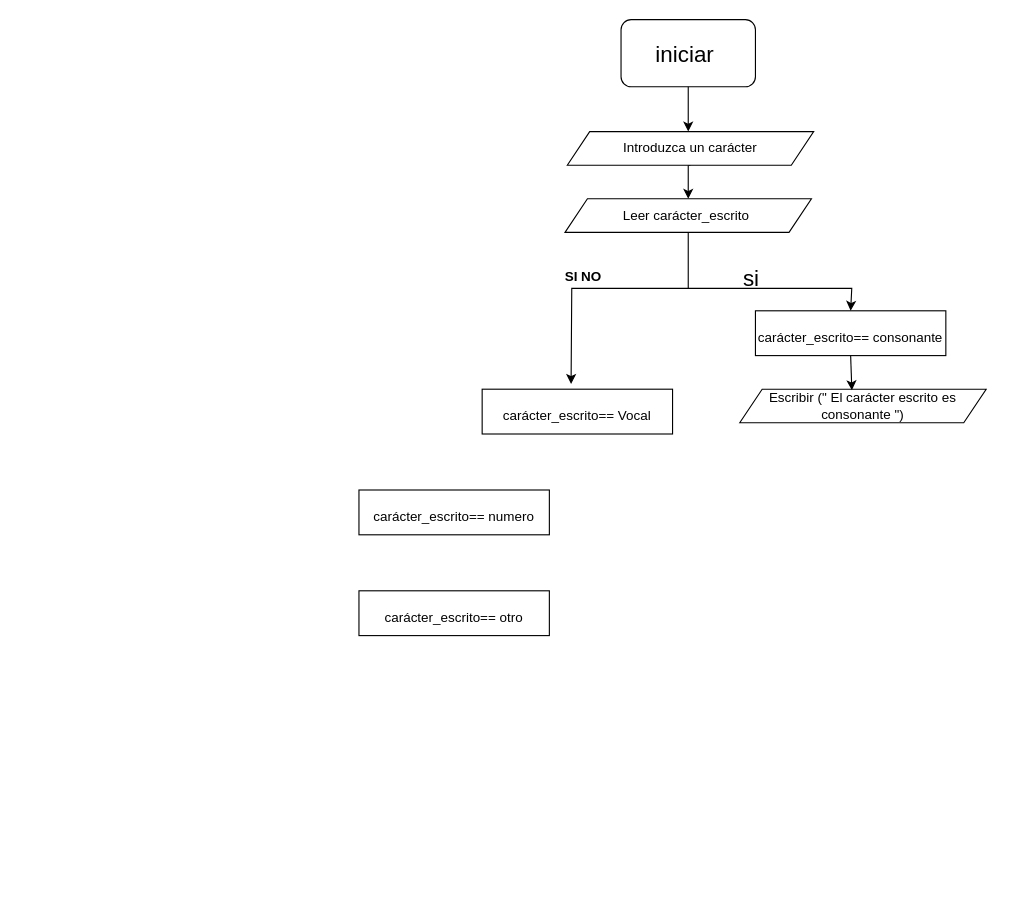
Earlier version of the draw.io diagram Diagrama sin título.drawio (rreynarive/Templates). Source tidied: cells renumbered, new cells numbered last; positions are measured from the earlier drawing's top-left corner, leaving out a move shared by most shapes. Both pictures are drawn from the tidied source at 112%, with x=0, y=0 at pixel (358, 19).
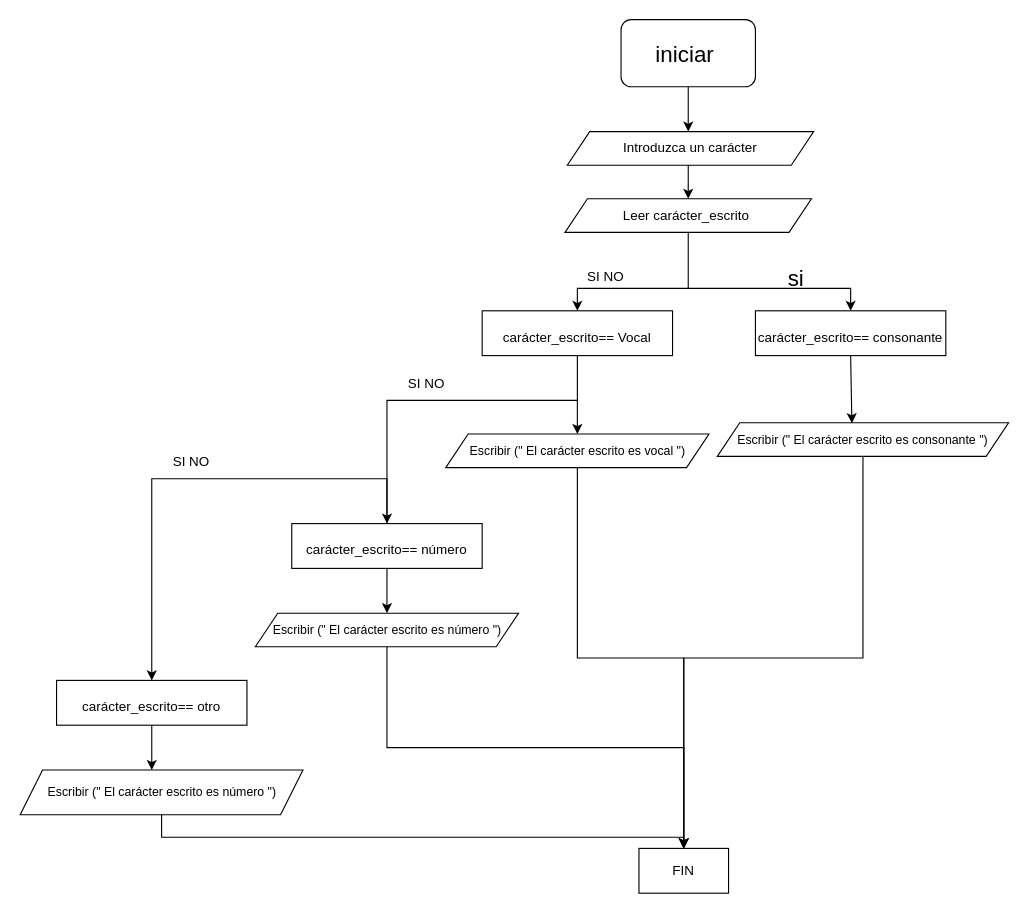
After the change.

The change refers to these unchanged cells:
```xml
<mxCell id="7" value="&lt;font style=&quot;font-size: 12px;&quot;&gt;carácter_escrito== consonante&lt;/font&gt;" style="rounded=0;whiteSpace=wrap;html=1;fontSize=20;" parent="1" vertex="1">
  <mxGeometry x="354" y="260" width="170" height="40" as="geometry" />
</mxCell>
<mxCell id="9" value="Leer carácter_escrito&amp;nbsp;" style="shape=parallelogram;perimeter=parallelogramPerimeter;whiteSpace=wrap;html=1;fixedSize=1;" parent="1" vertex="1">
  <mxGeometry x="184" y="160" width="220" height="30" as="geometry" />
</mxCell>
```

The edit, as a diff of the source:
```diff
@@
     <mxCell id="8" style="endArrow=classic;html=1;rounded=0;fontSize=20;entryX=0.5;entryY=0;entryDx=0;entryDy=0;exitX=0.5;exitY=1;exitDx=0;exitDy=0;" parent="1" edge="1" source="9" target="7">
       <mxGeometry relative="1" as="geometry">
         <Array as="points">
           <mxPoint x="294" y="240" />
-          <mxPoint x="440" y="240" />
+          <mxPoint x="439" y="240" />
         </Array>
       </mxGeometry>
     </mxCell>
@@
     <mxCell id="10" value="&lt;font style=&quot;font-size: 20px;&quot;&gt;si&lt;/font&gt;" style="text;html=1;align=center;verticalAlign=middle;strokeColor=none;fillColor=none;" parent="1" vertex="1">
-      <mxGeometry x="330" y="210" width="40" height="40" as="geometry" />
+      <mxGeometry x="370" y="210" width="40" height="40" as="geometry" />
     </mxCell>
+    <mxCell id="18" style="edgeStyle=orthogonalEdgeStyle;rounded=0;jettySize=auto;html=1;exitX=0.5;exitY=1;exitDx=0;exitDy=0;entryX=0.5;entryY=0;entryDx=0;entryDy=0;" parent="1" edge="1" source="11" target="32">
+      <mxGeometry relative="1" as="geometry">
+        <Array as="points">
+          <mxPoint x="450" y="570" />
+          <mxPoint x="290" y="570" />
+        </Array>
+      </mxGeometry>
+    </mxCell>
-    <mxCell id="11" value="Escribir (&quot; El carácter escrito es consonante &quot;)" style="shape=parallelogram;perimeter=parallelogramPerimeter;whiteSpace=wrap;html=1;fixedSize=1;" parent="1" vertex="1">
-      <mxGeometry x="340" y="330" width="220" height="30" as="geometry" />
+    <mxCell id="11" value="&lt;font style=&quot;font-size: 11px;&quot;&gt;Escribir (&quot; El carácter escrito es consonante &quot;)&lt;/font&gt;" style="shape=parallelogram;perimeter=parallelogramPerimeter;whiteSpace=wrap;html=1;fixedSize=1;" parent="1" vertex="1">
+      <mxGeometry x="320" y="360" width="260" height="30" as="geometry" />
     </mxCell>
-    <mxCell id="12" style="endArrow=classic;html=1;rounded=0;fontSize=12;exitX=0.5;exitY=1;exitDx=0;exitDy=0;entryX=0.455;entryY=0.033;entryDx=0;entryDy=0;entryPerimeter=0;" parent="1" edge="1" source="7" target="11">
+    <mxCell id="12" style="endArrow=classic;html=1;rounded=0;fontSize=12;exitX=0.5;exitY=1;exitDx=0;exitDy=0;entryX=0.462;entryY=0.011;entryDx=0;entryDy=0;entryPerimeter=0;" parent="1" edge="1" source="7" target="11">
       <mxGeometry relative="1" as="geometry" />
     </mxCell>
-    <mxCell id="13" style="endArrow=classic;html=1;rounded=0;entryX=0.467;entryY=-0.116;entryDx=0;entryDy=0;entryPerimeter=0;" parent="1" edge="1" target="14">
+    <mxCell id="13" style="endArrow=classic;html=1;rounded=0;entryX=0.5;entryY=0;entryDx=0;entryDy=0;" parent="1" edge="1" target="14">
       <mxGeometry relative="1" as="geometry">
         <mxPoint x="294" y="240" as="sourcePoint" />
         <Array as="points">
-          <mxPoint x="190" y="240" />
+          <mxPoint x="195" y="240" />
         </Array>
       </mxGeometry>
     </mxCell>
     <mxCell id="14" value="&lt;font style=&quot;font-size: 12px;&quot;&gt;carácter_escrito== Vocal&lt;/font&gt;" style="rounded=0;whiteSpace=wrap;html=1;fontSize=20;" parent="1" vertex="1">
-      <mxGeometry x="110" y="330" width="170" height="40" as="geometry" />
+      <mxGeometry x="110" y="260" width="170" height="40" as="geometry" />
     </mxCell>
-    <mxCell id="15" value="&lt;b&gt;SI NO&lt;/b&gt;" style="text;html=1;align=center;verticalAlign=middle;strokeColor=none;fillColor=none;" parent="1" vertex="1">
-      <mxGeometry x="170" y="215" width="60" height="30" as="geometry" />
+    <mxCell id="15" value="SI NO" style="text;html=1;align=center;verticalAlign=middle;strokeColor=none;fillColor=none;" parent="1" vertex="1">
+      <mxGeometry x="190" y="215" width="60" height="30" as="geometry" />
     </mxCell>
+    <mxCell id="19" style="edgeStyle=orthogonalEdgeStyle;rounded=0;jettySize=auto;html=1;exitX=0.5;exitY=1;exitDx=0;exitDy=0;entryX=0.5;entryY=0;entryDx=0;entryDy=0;" parent="1" edge="1" source="16" target="26">
+      <mxGeometry relative="1" as="geometry" />
+    </mxCell>
-    <mxCell id="16" value="&lt;font style=&quot;font-size: 12px;&quot;&gt;carácter_escrito== numero&lt;/font&gt;" style="rounded=0;whiteSpace=wrap;html=1;fontSize=20;" parent="1" vertex="1">
-      <mxGeometry y="420" width="170" height="40" as="geometry" />
+    <mxCell id="16" value="&lt;font style=&quot;font-size: 12px;&quot;&gt;carácter_escrito== número&lt;/font&gt;" style="rounded=0;whiteSpace=wrap;html=1;fontSize=20;" parent="1" vertex="1">
+      <mxGeometry x="-60" y="450" width="170" height="40" as="geometry" />
     </mxCell>
+    <mxCell id="20" style="edgeStyle=orthogonalEdgeStyle;rounded=0;jettySize=auto;html=1;exitX=0.5;exitY=1;exitDx=0;exitDy=0;" parent="1" edge="1" source="17">
+      <mxGeometry relative="1" as="geometry">
+        <mxPoint x="-185" y="670" as="targetPoint" />
+      </mxGeometry>
+    </mxCell>
     <mxCell id="17" value="&lt;font style=&quot;font-size: 12px;&quot;&gt;carácter_escrito== otro&lt;/font&gt;" style="rounded=0;whiteSpace=wrap;html=1;fontSize=20;" parent="1" vertex="1">
-      <mxGeometry y="510" width="170" height="40" as="geometry" />
+      <mxGeometry x="-270" y="590" width="170" height="40" as="geometry" />
     </mxCell>
+    <mxCell id="21" style="edgeStyle=orthogonalEdgeStyle;rounded=0;jettySize=auto;html=1;exitX=0.5;exitY=1;exitDx=0;exitDy=0;entryX=0.5;entryY=0;entryDx=0;entryDy=0;" parent="1" edge="1" source="22" target="32">
+      <mxGeometry relative="1" as="geometry" />
+    </mxCell>
+    <mxCell id="22" value="&lt;font style=&quot;font-size: 11px;&quot;&gt;Escribir (&quot; El carácter escrito es vocal &quot;)&lt;/font&gt;" style="shape=parallelogram;perimeter=parallelogramPerimeter;whiteSpace=wrap;html=1;fixedSize=1;" parent="1" vertex="1">
+      <mxGeometry x="77.5" y="370" width="235" height="30" as="geometry" />
+    </mxCell>
+    <mxCell id="23" style="endArrow=classic;html=1;rounded=0;exitX=0.5;exitY=1;exitDx=0;exitDy=0;entryX=0.5;entryY=0;entryDx=0;entryDy=0;" parent="1" edge="1" source="14" target="16">
+      <mxGeometry relative="1" as="geometry">
+        <Array as="points">
+          <mxPoint x="195" y="340" />
+          <mxPoint x="25" y="340" />
+        </Array>
+      </mxGeometry>
+    </mxCell>
+    <mxCell id="24" style="endArrow=classic;html=1;rounded=0;entryX=0.5;entryY=0;entryDx=0;entryDy=0;" parent="1" edge="1" target="22">
+      <mxGeometry relative="1" as="geometry">
+        <mxPoint x="195" y="340" as="sourcePoint" />
+      </mxGeometry>
+    </mxCell>
+    <mxCell id="25" style="edgeStyle=orthogonalEdgeStyle;rounded=0;jettySize=auto;html=1;exitX=0.5;exitY=1;exitDx=0;exitDy=0;entryX=0.5;entryY=0;entryDx=0;entryDy=0;" parent="1" edge="1" source="26" target="32">
+      <mxGeometry relative="1" as="geometry" />
+    </mxCell>
+    <mxCell id="26" value="&lt;font style=&quot;font-size: 11px;&quot;&gt;Escribir (&quot; El carácter escrito es número &quot;)&lt;/font&gt;" style="shape=parallelogram;perimeter=parallelogramPerimeter;whiteSpace=wrap;html=1;fixedSize=1;" parent="1" vertex="1">
+      <mxGeometry x="-92.5" y="530" width="235" height="30" as="geometry" />
+    </mxCell>
+    <mxCell id="27" style="endArrow=classic;html=1;rounded=0;entryX=0.5;entryY=0;entryDx=0;entryDy=0;exitX=0.5;exitY=0;exitDx=0;exitDy=0;" parent="1" edge="1" source="16" target="17">
+      <mxGeometry relative="1" as="geometry">
+        <Array as="points">
+          <mxPoint x="25" y="410" />
+          <mxPoint x="-185" y="410" />
+        </Array>
+      </mxGeometry>
+    </mxCell>
+    <mxCell id="28" value="SI NO" style="text;html=1;align=center;verticalAlign=middle;strokeColor=none;fillColor=none;" parent="1" vertex="1">
+      <mxGeometry x="30" y="310" width="60" height="30" as="geometry" />
+    </mxCell>
+    <mxCell id="29" value="SI NO" style="text;html=1;align=center;verticalAlign=middle;strokeColor=none;fillColor=none;" parent="1" vertex="1">
+      <mxGeometry x="-180" y="380" width="60" height="30" as="geometry" />
+    </mxCell>
+    <mxCell id="30" style="edgeStyle=orthogonalEdgeStyle;rounded=0;jettySize=auto;html=1;exitX=0.5;exitY=1;exitDx=0;exitDy=0;" parent="1" edge="1" source="31">
+      <mxGeometry relative="1" as="geometry">
+        <mxPoint x="290" y="740" as="targetPoint" />
+        <Array as="points">
+          <mxPoint x="-176" y="730" />
+          <mxPoint x="290" y="730" />
+        </Array>
+      </mxGeometry>
+    </mxCell>
+    <mxCell id="31" value="&lt;font style=&quot;font-size: 11px;&quot;&gt;Escribir (&quot; El carácter escrito es número &quot;)&lt;/font&gt;" style="shape=parallelogram;perimeter=parallelogramPerimeter;whiteSpace=wrap;html=1;fixedSize=1;" parent="1" vertex="1">
+      <mxGeometry x="-302.5" y="670" width="252.5" height="40" as="geometry" />
+    </mxCell>
+    <mxCell id="32" value="FIN" style="rounded=0;whiteSpace=wrap;html=1;" parent="1" vertex="1">
+      <mxGeometry x="250" y="740" width="80" height="40" as="geometry" />
+    </mxCell>
```
